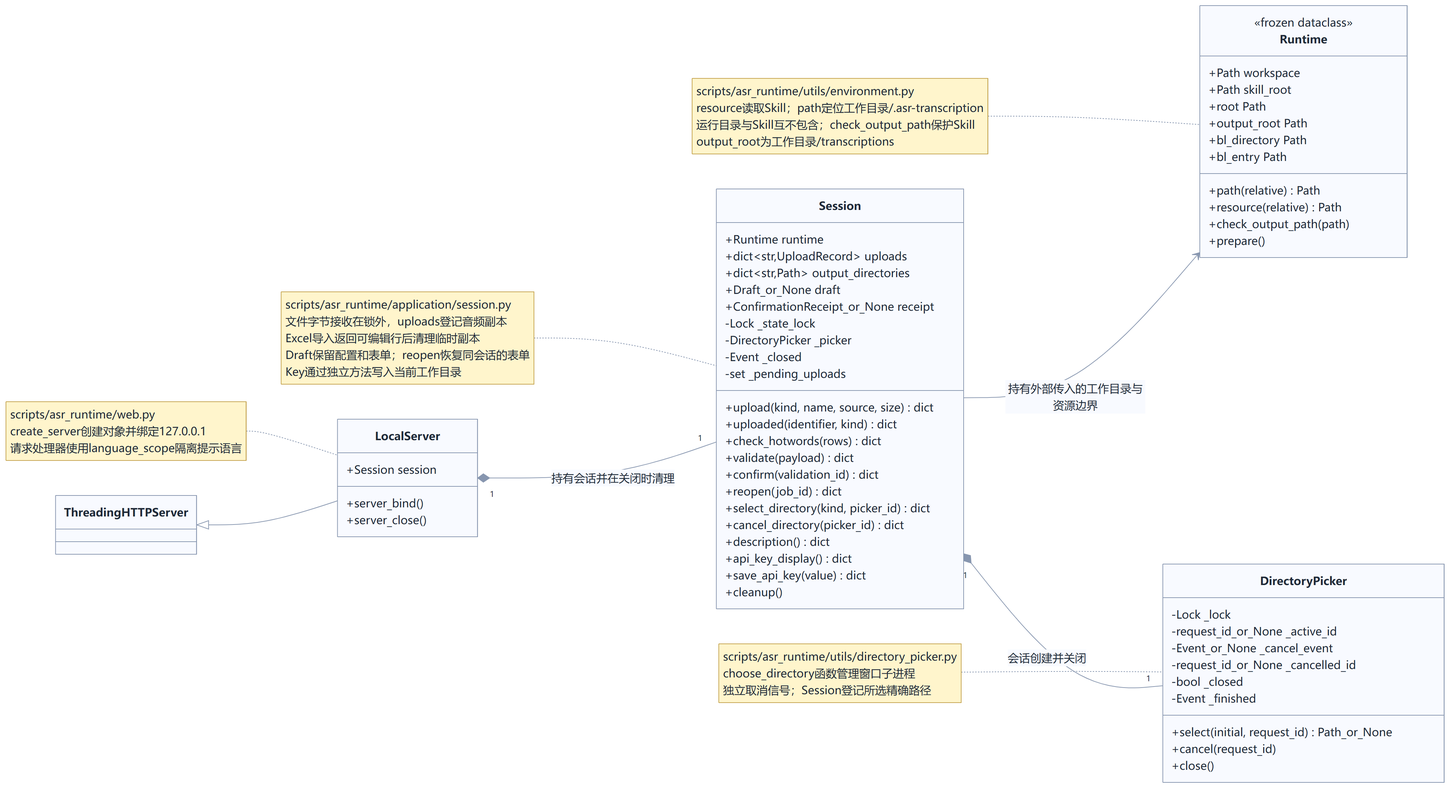
This is doc/uml/01-classes.png from hx101700/asr-agent, a Mermaid export, as it was before one commit. Its source is kept beside it as doc/uml/01-classes.mmd.
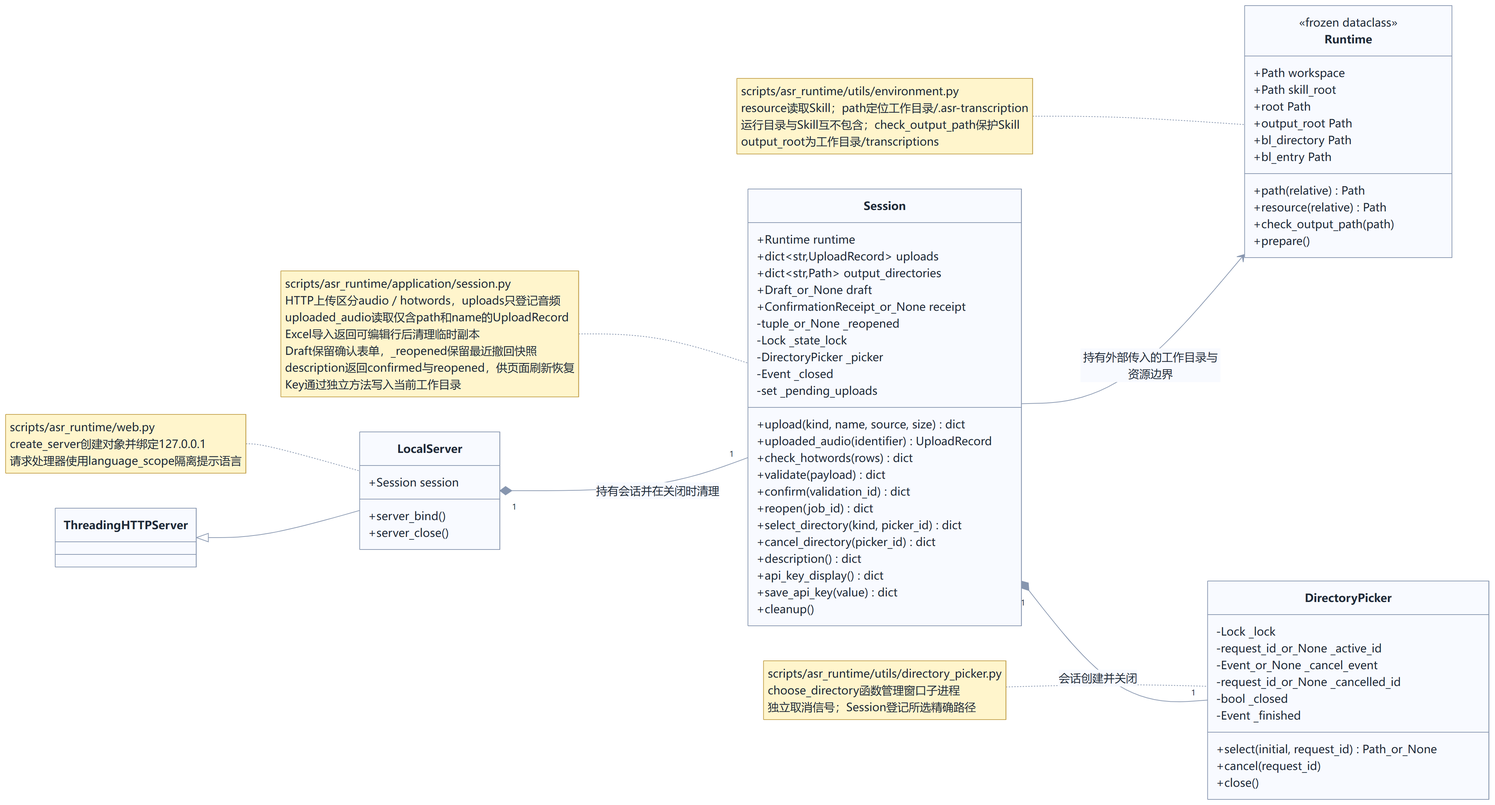
The same file after the commit.

Change to the diagram source:
```diff
@@ -19,12 +19,13 @@
   +dict~str,Path~ output_directories
   +Draft_or_None draft
   +ConfirmationReceipt_or_None receipt
+  -tuple_or_None _reopened
   -Lock _state_lock
   -DirectoryPicker _picker
   -Event _closed
   -set _pending_uploads
   +upload(kind, name, source, size) dict
-  +uploaded(identifier, kind) dict
+  +uploaded_audio(identifier) UploadRecord
   +check_hotwords(rows) dict
   +validate(payload) dict
   +confirm(validation_id) dict
@@ -58,6 +59,6 @@
 ThreadingHTTPServer <|-- LocalServer
 LocalServer "1" *-- "1" Session : 持有会话并在关闭时清理
 note for Runtime "scripts/asr_runtime/utils/environment.py<br/>resource读取Skill；path定位工作目录/.asr-transcription<br/>运行目录与Skill互不包含；check_output_path保护Skill<br/>output_root为工作目录/transcriptions"
-note for Session "scripts/asr_runtime/application/session.py<br/>文件字节接收在锁外，uploads登记音频副本<br/>Excel导入返回可编辑行后清理临时副本<br/>Draft保留配置和表单；reopen恢复同会话的表单<br/>Key通过独立方法写入当前工作目录"
+note for Session "scripts/asr_runtime/application/session.py<br/>HTTP上传区分audio／hotwords，uploads只登记音频<br/>uploaded_audio读取仅含path和name的UploadRecord<br/>Excel导入返回可编辑行后清理临时副本<br/>Draft保留确认表单，_reopened保留最近撤回快照<br/>description返回confirmed与reopened，供页面刷新恢复<br/>Key通过独立方法写入当前工作目录"
 note for DirectoryPicker "scripts/asr_runtime/utils/directory_picker.py<br/>choose_directory函数管理窗口子进程<br/>独立取消信号；Session登记所选精确路径"
 note for LocalServer "scripts/asr_runtime/web.py<br/>create_server创建对象并绑定127.0.0.1<br/>请求处理器使用language_scope隔离提示语言"
```
